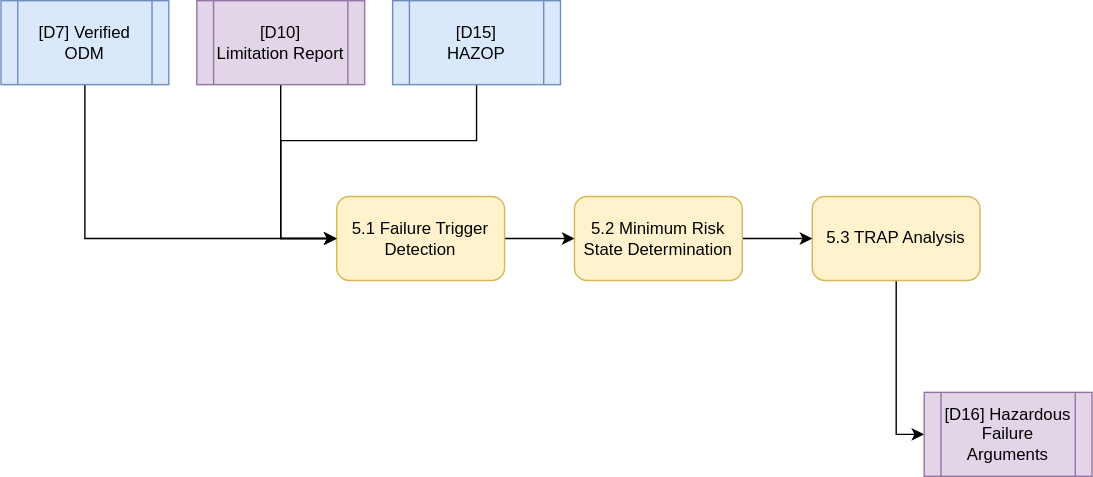
Earlier version of the draw.io export public/diagrams/step-5.svg (TortoiseFather/sacred-site). Source tidied: cells renumbered, new cells last; positions are measured from the earlier drawing's top-left corner, leaving out a move shared by most shapes.
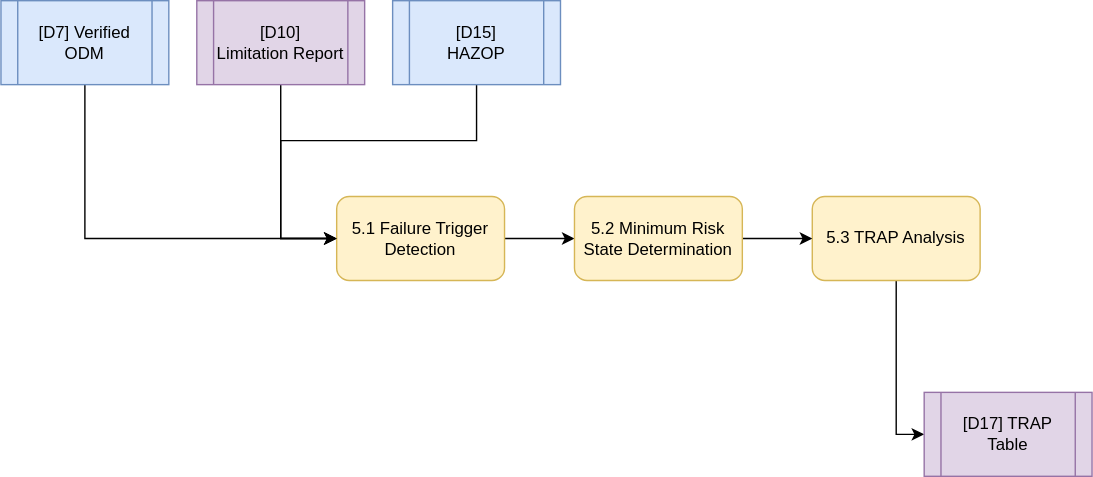
The same diagram one commit later.

The edit, as a diff of the source:
```diff
@@ -48,7 +48,7 @@
     <mxCell id="13" value="[D7] Verified ODM" style="shape=process;whiteSpace=wrap;html=1;backgroundOutline=1;fillColor=#dae8fc;strokeColor=#6c8ebf;" parent="1" vertex="1">
       <mxGeometry width="120" height="60" as="geometry" />
     </mxCell>
-    <mxCell id="14" value="[D16] Hazardous Failure Arguments" style="shape=process;whiteSpace=wrap;html=1;backgroundOutline=1;fillColor=#e1d5e7;strokeColor=#9673a6;" parent="1" vertex="1">
+    <mxCell id="14" value="[D17] TRAP Table" style="shape=process;whiteSpace=wrap;html=1;backgroundOutline=1;fillColor=#e1d5e7;strokeColor=#9673a6;" parent="1" vertex="1">
       <mxGeometry x="660" y="280" width="120" height="60" as="geometry" />
     </mxCell>
   </root>
```
